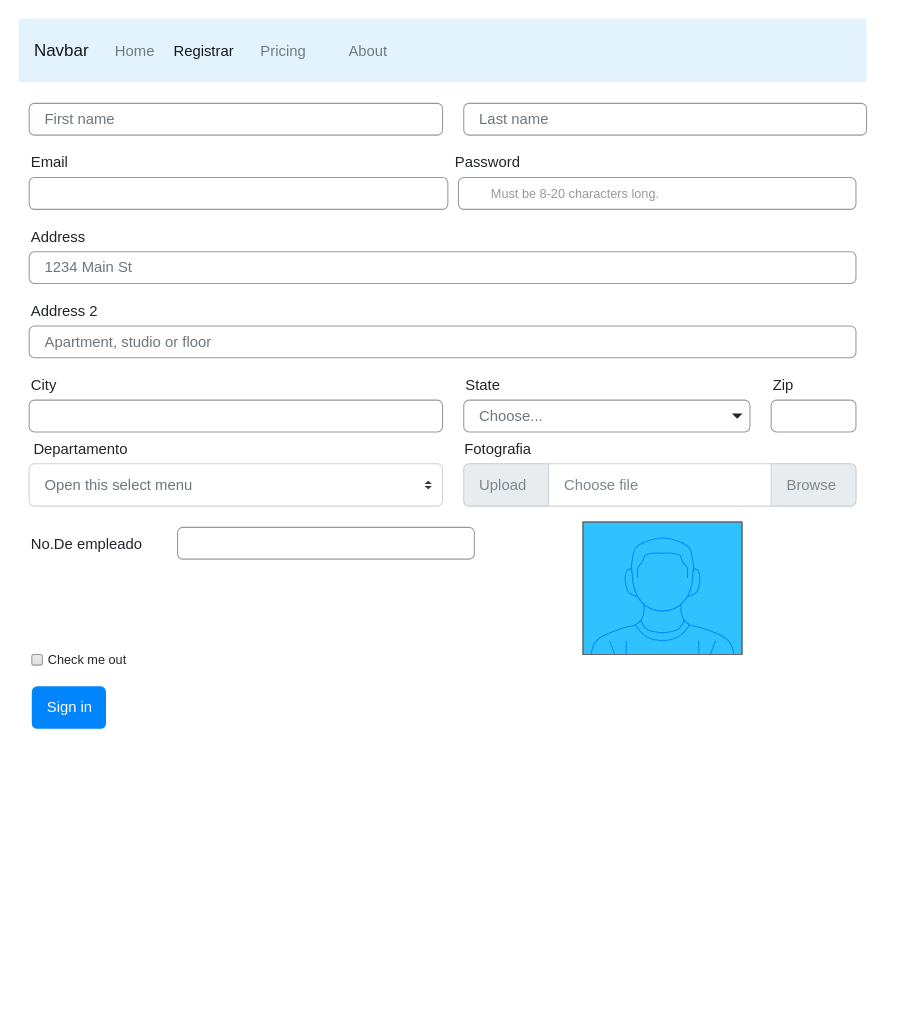
The draw.io diagram page "Register" (4 of 6) of Untitled Diagram.drawio in GwenBZ/AccesoEmpresa, before the edit. Source tidied: cells renumbered, new cells numbered last; positions are measured from the earlier drawing's top-left corner, leaving out a move shared by most shapes. Both pictures are drawn from the tidied source at 106%, with x=0, y=0 at pixel (18, 18).
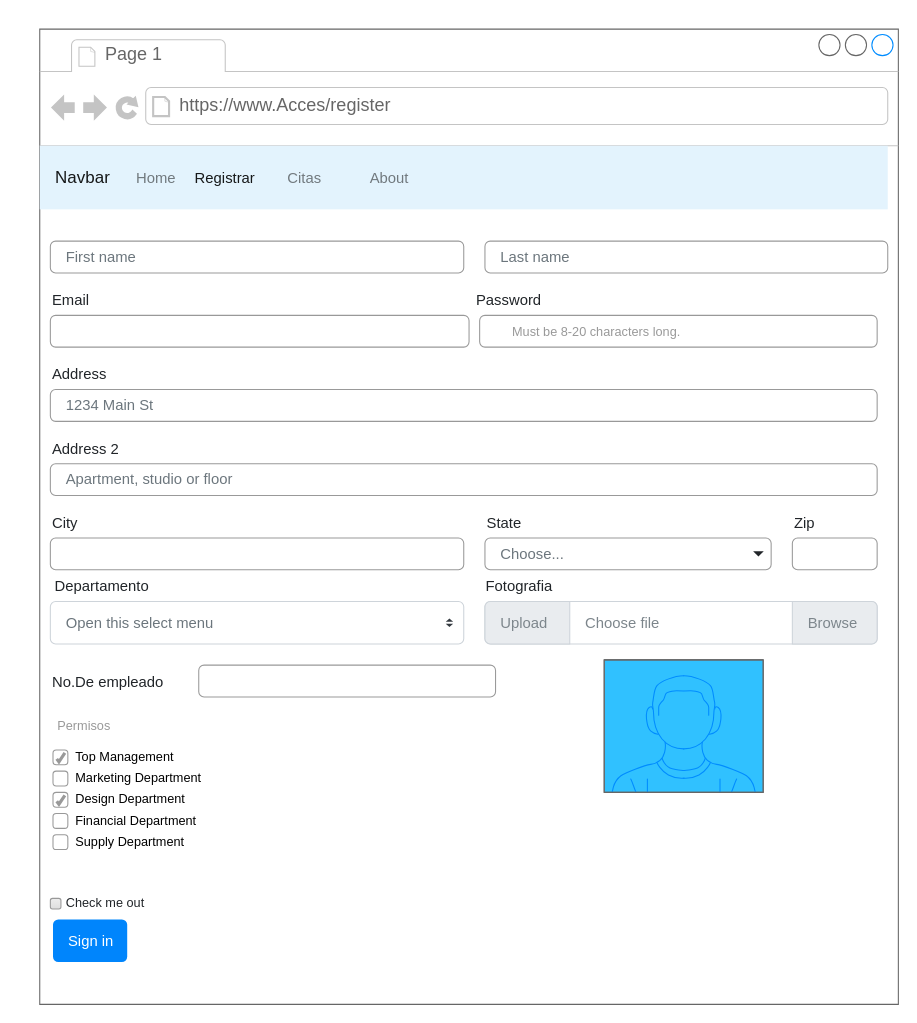
The same page after the edit.

What changed in the source:
```diff
@@
+    <mxCell id="38" style="strokeWidth=1;shadow=0;dashed=0;align=center;html=1;shape=mxgraph.mockup.containers.browserWindow;rSize=0;strokeColor=#666666;strokeColor2=#008cff;strokeColor3=#c4c4c4;mainText=,;" parent="1" vertex="1">
+      <mxGeometry x="20" y="10" width="810" height="920" as="geometry" />
+    </mxCell>
+    <mxCell id="39" value="Page 1" style="strokeWidth=1;shadow=0;dashed=0;align=center;html=1;shape=mxgraph.mockup.containers.anchor;fontSize=17;fontColor=#666666;align=left;" parent="38" vertex="1">
+      <mxGeometry x="60" y="12" width="110" height="26" as="geometry" />
+    </mxCell>
+    <mxCell id="40" value="https://www.Acces/register" style="strokeWidth=1;shadow=0;dashed=0;align=center;html=1;shape=mxgraph.mockup.containers.anchor;rSize=0;fontSize=17;fontColor=#666666;align=left;" parent="38" vertex="1">
+      <mxGeometry x="130" y="60" width="250" height="26" as="geometry" />
+    </mxCell>
-    <mxCell id="2" value="Navbar" style="html=1;shadow=0;dashed=0;fillColor=#E3F3FD;strokeColor=none;fontSize=16;fontColor=#161819;align=left;spacing=15;" parent="1" vertex="1">
-      <mxGeometry width="800" height="60" as="geometry" />
+    <mxCell id="2" value="Navbar" style="html=1;shadow=0;dashed=0;fillColor=#E3F3FD;strokeColor=none;fontSize=16;fontColor=#161819;align=left;spacing=15;" parent="38" vertex="1">
+      <mxGeometry y="110" width="800" height="60" as="geometry" />
     </mxCell>
@@
-    <mxCell id="5" value="Pricing" style="fillColor=none;strokeColor=none;fontSize=14;fontColor=#71797E;align=center;spacingRight=0;" parent="2" vertex="1">
+    <mxCell id="5" value="Citas" style="fillColor=none;strokeColor=none;fontSize=14;fontColor=#71797E;align=center;spacingRight=0;" parent="2" vertex="1">
       <mxGeometry width="80" height="40" relative="1" as="geometry">
         <mxPoint x="210" y="10" as="offset" />
       </mxGeometry>
     </mxCell>
@@
-    <mxCell id="7" value="Email" style="fillColor=none;strokeColor=none;align=left;fontSize=14;fontColor=#212529;" parent="1" vertex="1">
-      <mxGeometry x="10" y="120" width="400" height="30" as="geometry" />
+    <mxCell id="7" value="Email" style="fillColor=none;strokeColor=none;align=left;fontSize=14;fontColor=#212529;" parent="38" vertex="1">
+      <mxGeometry x="10" y="240" width="400" height="30" as="geometry" />
     </mxCell>
-    <mxCell id="8" style="html=1;shadow=0;dashed=0;shape=mxgraph.bootstrap.rrect;rSize=5;fillColor=none;strokeColor=#999999;align=left;spacing=15;fontSize=14;fontColor=#6C767D;" parent="1" vertex="1">
-      <mxGeometry x="10" y="150" width="395" height="30" as="geometry" />
+    <mxCell id="8" style="html=1;shadow=0;dashed=0;shape=mxgraph.bootstrap.rrect;rSize=5;fillColor=none;strokeColor=#999999;align=left;spacing=15;fontSize=14;fontColor=#6C767D;" parent="38" vertex="1">
+      <mxGeometry x="10" y="270" width="395" height="30" as="geometry" />
     </mxCell>
-    <mxCell id="9" value="Password" style="fillColor=none;strokeColor=none;align=left;fontSize=14;fontColor=#212529;" parent="1" vertex="1">
-      <mxGeometry x="410" y="120" width="390" height="30" as="geometry" />
+    <mxCell id="9" value="Password" style="fillColor=none;strokeColor=none;align=left;fontSize=14;fontColor=#212529;" parent="38" vertex="1">
+      <mxGeometry x="410" y="240" width="390" height="30" as="geometry" />
     </mxCell>
-    <mxCell id="10" style="html=1;shadow=0;dashed=0;shape=mxgraph.bootstrap.rrect;rSize=5;fillColor=none;strokeColor=#999999;align=left;spacing=15;fontSize=14;fontColor=#6C767D;" parent="1" vertex="1">
-      <mxGeometry x="415" y="150" width="375" height="30" as="geometry" />
+    <mxCell id="10" style="html=1;shadow=0;dashed=0;shape=mxgraph.bootstrap.rrect;rSize=5;fillColor=none;strokeColor=#999999;align=left;spacing=15;fontSize=14;fontColor=#6C767D;" parent="38" vertex="1">
+      <mxGeometry x="415" y="270" width="375" height="30" as="geometry" />
     </mxCell>
-    <mxCell id="11" value="Address" style="fillColor=none;strokeColor=none;align=left;fontSize=14;fontColor=#212529;" parent="1" vertex="1">
-      <mxGeometry x="10" y="190" width="390" height="30" as="geometry" />
+    <mxCell id="11" value="Address" style="fillColor=none;strokeColor=none;align=left;fontSize=14;fontColor=#212529;" parent="38" vertex="1">
+      <mxGeometry x="10" y="310" width="390" height="30" as="geometry" />
     </mxCell>
-    <mxCell id="12" value="1234 Main St" style="html=1;shadow=0;dashed=0;shape=mxgraph.bootstrap.rrect;rSize=5;fillColor=none;strokeColor=#999999;align=left;spacing=15;fontSize=14;fontColor=#6C767D;" parent="1" vertex="1">
-      <mxGeometry x="10" y="220" width="780" height="30" as="geometry" />
+    <mxCell id="12" value="1234 Main St" style="html=1;shadow=0;dashed=0;shape=mxgraph.bootstrap.rrect;rSize=5;fillColor=none;strokeColor=#999999;align=left;spacing=15;fontSize=14;fontColor=#6C767D;" parent="38" vertex="1">
+      <mxGeometry x="10" y="340" width="780" height="30" as="geometry" />
     </mxCell>
-    <mxCell id="13" value="Address 2" style="fillColor=none;strokeColor=none;align=left;fontSize=14;fontColor=#212529;" parent="1" vertex="1">
-      <mxGeometry x="10" y="260" width="390" height="30" as="geometry" />
+    <mxCell id="13" value="Address 2" style="fillColor=none;strokeColor=none;align=left;fontSize=14;fontColor=#212529;" parent="38" vertex="1">
+      <mxGeometry x="10" y="380" width="390" height="30" as="geometry" />
     </mxCell>
-    <mxCell id="14" value="Apartment, studio or floor" style="html=1;shadow=0;dashed=0;shape=mxgraph.bootstrap.rrect;rSize=5;fillColor=none;strokeColor=#999999;align=left;spacing=15;fontSize=14;fontColor=#6C767D;" parent="1" vertex="1">
-      <mxGeometry x="10" y="290" width="780" height="30" as="geometry" />
+    <mxCell id="14" value="Apartment, studio or floor" style="html=1;shadow=0;dashed=0;shape=mxgraph.bootstrap.rrect;rSize=5;fillColor=none;strokeColor=#999999;align=left;spacing=15;fontSize=14;fontColor=#6C767D;" parent="38" vertex="1">
+      <mxGeometry x="10" y="410" width="780" height="30" as="geometry" />
     </mxCell>
-    <mxCell id="15" value="City" style="fillColor=none;strokeColor=none;align=left;fontSize=14;fontColor=#212529;" parent="1" vertex="1">
-      <mxGeometry x="10" y="330" width="390" height="30" as="geometry" />
+    <mxCell id="15" value="City" style="fillColor=none;strokeColor=none;align=left;fontSize=14;fontColor=#212529;" parent="38" vertex="1">
+      <mxGeometry x="10" y="450" width="390" height="30" as="geometry" />
     </mxCell>
-    <mxCell id="16" style="html=1;shadow=0;dashed=0;shape=mxgraph.bootstrap.rrect;rSize=5;fillColor=none;strokeColor=#999999;align=left;spacing=15;fontSize=14;fontColor=#6C767D;" parent="1" vertex="1">
-      <mxGeometry x="10" y="360" width="390" height="30" as="geometry" />
+    <mxCell id="16" style="html=1;shadow=0;dashed=0;shape=mxgraph.bootstrap.rrect;rSize=5;fillColor=none;strokeColor=#999999;align=left;spacing=15;fontSize=14;fontColor=#6C767D;" parent="38" vertex="1">
+      <mxGeometry x="10" y="480" width="390" height="30" as="geometry" />
     </mxCell>
-    <mxCell id="17" value="State" style="fillColor=none;strokeColor=none;align=left;fontSize=14;fontColor=#212529;" parent="1" vertex="1">
-      <mxGeometry x="420" y="330" width="220" height="30" as="geometry" />
+    <mxCell id="17" value="State" style="fillColor=none;strokeColor=none;align=left;fontSize=14;fontColor=#212529;" parent="38" vertex="1">
+      <mxGeometry x="420" y="450" width="220" height="30" as="geometry" />
     </mxCell>
-    <mxCell id="18" value="Choose..." style="html=1;shadow=0;dashed=0;shape=mxgraph.bootstrap.rrect;rSize=5;fillColor=none;strokeColor=#999999;align=left;spacing=15;fontSize=14;fontColor=#6C767D;" parent="1" vertex="1">
-      <mxGeometry x="420" y="360" width="270" height="30" as="geometry" />
+    <mxCell id="18" value="Choose..." style="html=1;shadow=0;dashed=0;shape=mxgraph.bootstrap.rrect;rSize=5;fillColor=none;strokeColor=#999999;align=left;spacing=15;fontSize=14;fontColor=#6C767D;" parent="38" vertex="1">
+      <mxGeometry x="420" y="480" width="270" height="30" as="geometry" />
     </mxCell>
@@
-    <mxCell id="20" value="Zip" style="fillColor=none;strokeColor=none;align=left;fontSize=14;fontColor=#212529;" parent="1" vertex="1">
-      <mxGeometry x="710" y="330" width="100" height="30" as="geometry" />
+    <mxCell id="20" value="Zip" style="fillColor=none;strokeColor=none;align=left;fontSize=14;fontColor=#212529;" parent="38" vertex="1">
+      <mxGeometry x="710" y="450" width="100" height="30" as="geometry" />
     </mxCell>
-    <mxCell id="21" style="html=1;shadow=0;dashed=0;shape=mxgraph.bootstrap.rrect;rSize=5;fillColor=none;strokeColor=#999999;align=left;spacing=15;fontSize=14;fontColor=#6C767D;" parent="1" vertex="1">
-      <mxGeometry x="710" y="360" width="80" height="30" as="geometry" />
+    <mxCell id="21" style="html=1;shadow=0;dashed=0;shape=mxgraph.bootstrap.rrect;rSize=5;fillColor=none;strokeColor=#999999;align=left;spacing=15;fontSize=14;fontColor=#6C767D;" parent="38" vertex="1">
+      <mxGeometry x="710" y="480" width="80" height="30" as="geometry" />
     </mxCell>
-    <mxCell id="22" value="Check me out" style="html=1;shadow=0;dashed=0;shape=mxgraph.bootstrap.checkbox2;labelPosition=right;verticalLabelPosition=middle;align=left;verticalAlign=middle;gradientColor=#DEDEDE;fillColor=#EDEDED;checked=0;spacing=5;strokeColor=#999999;fontColor=#212529;checkedFill=#0085FC;checkedStroke=#ffffff;" parent="1" vertex="1">
-      <mxGeometry x="12.5" y="600" width="10" height="10" as="geometry" />
+    <mxCell id="22" value="Check me out" style="html=1;shadow=0;dashed=0;shape=mxgraph.bootstrap.checkbox2;labelPosition=right;verticalLabelPosition=middle;align=left;verticalAlign=middle;gradientColor=#DEDEDE;fillColor=#EDEDED;checked=0;spacing=5;strokeColor=#999999;fontColor=#212529;checkedFill=#0085FC;checkedStroke=#ffffff;" parent="38" vertex="1">
+      <mxGeometry x="10" y="820" width="10" height="10" as="geometry" />
     </mxCell>
-    <mxCell id="23" value="Sign in" style="html=1;shadow=0;dashed=0;shape=mxgraph.bootstrap.rrect;rSize=5;fillColor=#0085FC;strokeColor=none;align=center;fontSize=14;fontColor=#FFFFFF;" parent="1" vertex="1">
-      <mxGeometry x="12.5" y="630" width="70" height="40" as="geometry" />
+    <mxCell id="23" value="Sign in" style="html=1;shadow=0;dashed=0;shape=mxgraph.bootstrap.rrect;rSize=5;fillColor=#0085FC;strokeColor=none;align=center;fontSize=14;fontColor=#FFFFFF;" parent="38" vertex="1">
+      <mxGeometry x="12.5" y="840" width="70" height="40" as="geometry" />
     </mxCell>
-    <mxCell id="24" value="First name" style="html=1;shadow=0;dashed=0;shape=mxgraph.bootstrap.rrect;rSize=5;fillColor=none;strokeColor=#999999;align=left;spacing=15;fontSize=14;fontColor=#6C767D;" parent="1" vertex="1">
-      <mxGeometry x="10" y="80" width="390" height="30" as="geometry" />
+    <mxCell id="24" value="First name" style="html=1;shadow=0;dashed=0;shape=mxgraph.bootstrap.rrect;rSize=5;fillColor=none;strokeColor=#999999;align=left;spacing=15;fontSize=14;fontColor=#6C767D;" parent="38" vertex="1">
+      <mxGeometry x="10" y="200" width="390" height="30" as="geometry" />
     </mxCell>
-    <mxCell id="25" value="Last name" style="html=1;shadow=0;dashed=0;shape=mxgraph.bootstrap.rrect;rSize=5;fillColor=none;strokeColor=#999999;align=left;spacing=15;fontSize=14;fontColor=#6C767D;" parent="1" vertex="1">
-      <mxGeometry x="420" y="80" width="380" height="30" as="geometry" />
+    <mxCell id="25" value="Last name" style="html=1;shadow=0;dashed=0;shape=mxgraph.bootstrap.rrect;rSize=5;fillColor=none;strokeColor=#999999;align=left;spacing=15;fontSize=14;fontColor=#6C767D;" parent="38" vertex="1">
+      <mxGeometry x="420" y="200" width="380" height="30" as="geometry" />
     </mxCell>
-    <mxCell id="26" value="Must be 8-20 characters long." style="fillColor=none;strokeColor=none;align=left;spacing=2;fontSize=12;fontColor=#999999;" parent="1" vertex="1">
-      <mxGeometry x="444" y="145" width="170" height="40" as="geometry" />
+    <mxCell id="26" value="Must be 8-20 characters long." style="fillColor=none;strokeColor=none;align=left;spacing=2;fontSize=12;fontColor=#999999;" parent="38" vertex="1">
+      <mxGeometry x="444" y="265" width="170" height="40" as="geometry" />
     </mxCell>
-    <mxCell id="27" value="Open this select menu" style="html=1;shadow=0;dashed=0;shape=mxgraph.bootstrap.rrect;rSize=5;fillColor=#ffffff;strokeColor=#CED4DA;align=left;spacing=15;fontSize=14;fontColor=#6C767D;" parent="1" vertex="1">
-      <mxGeometry x="10" y="420" width="390" height="40" as="geometry" />
+    <mxCell id="27" value="Open this select menu" style="html=1;shadow=0;dashed=0;shape=mxgraph.bootstrap.rrect;rSize=5;fillColor=#ffffff;strokeColor=#CED4DA;align=left;spacing=15;fontSize=14;fontColor=#6C767D;" parent="38" vertex="1">
+      <mxGeometry x="10" y="540" width="390" height="40" as="geometry" />
     </mxCell>
@@
-    <mxCell id="30" value="Departamento" style="fillColor=none;strokeColor=none;align=left;fontSize=14;fontColor=#212529;" parent="1" vertex="1">
-      <mxGeometry x="12.5" y="390" width="390" height="30" as="geometry" />
+    <mxCell id="30" value="Departamento" style="fillColor=none;strokeColor=none;align=left;fontSize=14;fontColor=#212529;" parent="38" vertex="1">
+      <mxGeometry x="12.5" y="510" width="390" height="30" as="geometry" />
     </mxCell>
-    <mxCell id="31" value="Choose file" style="html=1;shadow=0;dashed=0;shape=mxgraph.bootstrap.rrect;rSize=5;strokeColor=#CED4DA;html=1;whiteSpace=wrap;fillColor=#FFFFFF;fontColor=#7D868C;align=left;spacing=15;spacingLeft=80;fontSize=14;" parent="1" vertex="1">
-      <mxGeometry x="420" y="420" width="370" height="40" as="geometry" />
+    <mxCell id="31" value="Choose file" style="html=1;shadow=0;dashed=0;shape=mxgraph.bootstrap.rrect;rSize=5;strokeColor=#CED4DA;html=1;whiteSpace=wrap;fillColor=#FFFFFF;fontColor=#7D868C;align=left;spacing=15;spacingLeft=80;fontSize=14;" parent="38" vertex="1">
+      <mxGeometry x="420" y="540" width="370" height="40" as="geometry" />
     </mxCell>
@@
-    <mxCell id="34" style="verticalLabelPosition=bottom;shadow=0;dashed=0;align=center;html=1;verticalAlign=top;strokeWidth=1;shape=mxgraph.mockup.containers.userMale;strokeColor=#666666;strokeColor2=#008cff;fillColor=#30C1FF;" parent="1" vertex="1">
-      <mxGeometry x="532.5" y="475" width="150" height="125" as="geometry" />
+    <mxCell id="34" style="verticalLabelPosition=bottom;shadow=0;dashed=0;align=center;html=1;verticalAlign=top;strokeWidth=1;shape=mxgraph.mockup.containers.userMale;strokeColor=#666666;strokeColor2=#008cff;fillColor=#30C1FF;" parent="38" vertex="1">
+      <mxGeometry x="532.5" y="595" width="150" height="125" as="geometry" />
     </mxCell>
-    <mxCell id="35" value="Fotografia" style="fillColor=none;strokeColor=none;align=left;fontSize=14;fontColor=#212529;" parent="1" vertex="1">
-      <mxGeometry x="419" y="390" width="390" height="30" as="geometry" />
+    <mxCell id="35" value="Fotografia" style="fillColor=none;strokeColor=none;align=left;fontSize=14;fontColor=#212529;" parent="38" vertex="1">
+      <mxGeometry x="419" y="510" width="390" height="30" as="geometry" />
     </mxCell>
-    <mxCell id="36" value="No.De empleado" style="fillColor=none;strokeColor=none;align=left;fontSize=14;fontColor=#212529;" parent="1" vertex="1">
-      <mxGeometry x="10" y="480" width="200" height="30" as="geometry" />
+    <mxCell id="36" value="No.De empleado" style="fillColor=none;strokeColor=none;align=left;fontSize=14;fontColor=#212529;" parent="38" vertex="1">
+      <mxGeometry x="10" y="600" width="200" height="30" as="geometry" />
     </mxCell>
-    <mxCell id="37" style="html=1;shadow=0;dashed=0;shape=mxgraph.bootstrap.rrect;rSize=5;fillColor=none;strokeColor=#999999;align=left;spacing=15;fontSize=14;fontColor=#6C767D;" parent="1" vertex="1">
-      <mxGeometry x="150" y="480" width="280" height="30" as="geometry" />
+    <mxCell id="37" style="html=1;shadow=0;dashed=0;shape=mxgraph.bootstrap.rrect;rSize=5;fillColor=none;strokeColor=#999999;align=left;spacing=15;fontSize=14;fontColor=#6C767D;" parent="38" vertex="1">
+      <mxGeometry x="150" y="600" width="280" height="30" as="geometry" />
     </mxCell>
+    <mxCell id="41" value="Permisos" style="html=1;shadow=0;dashed=0;shape=mxgraph.bootstrap.rect;strokeColor=none;fillColor=none;fontColor=#999999;align=left;spacingLeft=5;whiteSpace=wrap;rounded=0;" parent="38" vertex="1">
+      <mxGeometry x="10" y="647.5" width="200" height="20" as="geometry" />
+    </mxCell>
+    <mxCell id="42" value="Top Management" style="html=1;shadow=0;dashed=0;shape=mxgraph.bootstrap.checkbox;fontSize=12;strokeColor=#999999;align=left;labelPosition=right;spacingLeft=5;rounded=0;" parent="38" vertex="1">
+      <mxGeometry x="12.5" y="680" width="14" height="14" as="geometry" />
+    </mxCell>
+    <mxCell id="43" value="Marketing Department" style="html=1;shadow=0;dashed=0;shape=mxgraph.bootstrap.rrect;fontSize=12;rSize=3;strokeColor=#999999;align=left;labelPosition=right;spacingLeft=5;rounded=0;" parent="38" vertex="1">
+      <mxGeometry x="12.5" y="700" width="14" height="14" as="geometry" />
+    </mxCell>
+    <mxCell id="44" value="Design Department" style="html=1;shadow=0;dashed=0;shape=mxgraph.bootstrap.checkbox;fontSize=12;strokeColor=#999999;align=left;labelPosition=right;spacingLeft=5;rounded=0;" parent="38" vertex="1">
+      <mxGeometry x="12.5" y="720" width="14" height="14" as="geometry" />
+    </mxCell>
+    <mxCell id="45" value="Financial Department" style="html=1;shadow=0;dashed=0;shape=mxgraph.bootstrap.rrect;fontSize=12;rSize=3;strokeColor=#999999;align=left;labelPosition=right;spacingLeft=5;rounded=0;" parent="38" vertex="1">
+      <mxGeometry x="12.5" y="740" width="14" height="14" as="geometry" />
+    </mxCell>
+    <mxCell id="46" value="Supply Department" style="html=1;shadow=0;dashed=0;shape=mxgraph.bootstrap.rrect;fontSize=12;rSize=3;strokeColor=#999999;align=left;labelPosition=right;spacingLeft=5;rounded=0;" parent="38" vertex="1">
+      <mxGeometry x="12.5" y="760" width="14" height="14" as="geometry" />
+    </mxCell>
```
